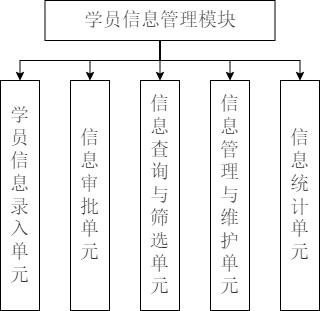
This is 未命名绘图.drawio.png from w1791105996/About-CSS3, a draw.io export, as it was before one commit. Source tidied: cells renumbered, new cells last; positions are measured from the earlier drawing's top-left corner, leaving out a move shared by most shapes.
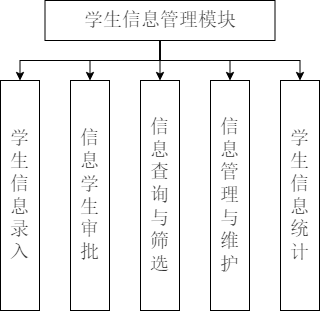
The same file after the commit.

Commit message:
更新未命名绘图.drawio.png

Diff of the diagram source:
```diff
@@ -17,22 +17,22 @@
     <mxCell id="6" style="edgeStyle=orthogonalEdgeStyle;rounded=0;jettySize=auto;html=1;exitX=0.5;exitY=1;exitDx=0;exitDy=0;entryX=0.5;entryY=0;entryDx=0;entryDy=0;" parent="1" edge="1" source="7" target="8">
       <mxGeometry relative="1" as="geometry" />
     </mxCell>
-    <mxCell id="7" value="&lt;span style=&quot;color: rgb(50, 50, 50); font-family: 宋体; font-size: 19px; background-color: rgba(255, 255, 255, 0.01);&quot;&gt;学员信息管理模块&lt;/span&gt;" style="rounded=0;whiteSpace=wrap;html=1;fontFamily=宋体;fontSize=19;" parent="1" vertex="1">
+    <mxCell id="7" value="&lt;span style=&quot;color: rgb(50, 50, 50); font-family: 宋体; font-size: 19px; background-color: rgba(255, 255, 255, 0.01);&quot;&gt;学生信息管理模块&lt;/span&gt;" style="rounded=0;whiteSpace=wrap;html=1;fontFamily=宋体;fontSize=19;" parent="1" vertex="1">
       <mxGeometry x="44.5" width="230" height="40" as="geometry" />
     </mxCell>
-    <mxCell id="8" value="&lt;span style=&quot;color: rgb(50, 50, 50); background-color: rgba(255, 255, 255, 0.01);&quot;&gt;学员信息录入单元&lt;/span&gt;" style="rounded=0;whiteSpace=wrap;html=1;fontFamily=宋体;fontSize=19;" parent="1" vertex="1">
+    <mxCell id="8" value="&lt;span style=&quot;color: rgb(50, 50, 50); background-color: rgba(255, 255, 255, 0.01);&quot;&gt;学生信息录入&lt;/span&gt;" style="rounded=0;whiteSpace=wrap;html=1;fontFamily=宋体;fontSize=19;" parent="1" vertex="1">
       <mxGeometry y="80" width="39" height="230" as="geometry" />
     </mxCell>
-    <mxCell id="9" value="&lt;span style=&quot;color: rgb(50, 50, 50); background-color: rgba(255, 255, 255, 0.01);&quot;&gt;信息审批单元&lt;/span&gt;" style="rounded=0;whiteSpace=wrap;html=1;fontFamily=宋体;fontSize=19;" parent="1" vertex="1">
+    <mxCell id="9" value="&lt;span style=&quot;color: rgb(50, 50, 50); background-color: rgba(255, 255, 255, 0.01);&quot;&gt;信息学生审批&lt;/span&gt;" style="rounded=0;whiteSpace=wrap;html=1;fontFamily=宋体;fontSize=19;" parent="1" vertex="1">
       <mxGeometry x="70" y="80" width="39" height="230" as="geometry" />
     </mxCell>
-    <mxCell id="10" value="&lt;span style=&quot;color: rgb(50, 50, 50); background-color: rgba(255, 255, 255, 0.01);&quot;&gt;信息查询与筛选单元&lt;/span&gt;" style="rounded=0;whiteSpace=wrap;html=1;fontFamily=宋体;fontSize=19;" parent="1" vertex="1">
+    <mxCell id="10" value="&lt;span style=&quot;color: rgb(50, 50, 50); background-color: rgba(255, 255, 255, 0.01);&quot;&gt;信息查询与筛选&lt;/span&gt;" style="rounded=0;whiteSpace=wrap;html=1;fontFamily=宋体;fontSize=19;" parent="1" vertex="1">
       <mxGeometry x="140" y="80" width="39" height="230" as="geometry" />
     </mxCell>
-    <mxCell id="11" value="&lt;span style=&quot;color: rgb(50, 50, 50); background-color: rgba(255, 255, 255, 0.01);&quot;&gt;信息管理与维护单元&lt;/span&gt;" style="rounded=0;whiteSpace=wrap;html=1;fontFamily=宋体;fontSize=19;" parent="1" vertex="1">
+    <mxCell id="11" value="&lt;span style=&quot;color: rgb(50, 50, 50); background-color: rgba(255, 255, 255, 0.01);&quot;&gt;信息管理与维护&lt;/span&gt;" style="rounded=0;whiteSpace=wrap;html=1;fontFamily=宋体;fontSize=19;" parent="1" vertex="1">
       <mxGeometry x="210" y="80" width="39" height="230" as="geometry" />
     </mxCell>
-    <mxCell id="12" value="&lt;span style=&quot;color: rgb(50, 50, 50); background-color: rgba(255, 255, 255, 0.01);&quot;&gt;信息统计单元&lt;/span&gt;" style="rounded=0;whiteSpace=wrap;html=1;fontFamily=宋体;fontSize=19;" parent="1" vertex="1">
+    <mxCell id="12" value="&lt;span style=&quot;color: rgb(50, 50, 50); background-color: rgba(255, 255, 255, 0.01);&quot;&gt;学生信息统计&lt;/span&gt;" style="rounded=0;whiteSpace=wrap;html=1;fontFamily=宋体;fontSize=19;" parent="1" vertex="1">
       <mxGeometry x="280" y="80" width="39" height="230" as="geometry" />
     </mxCell>
   </root>
```
